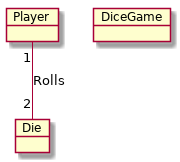
Earlier version of the PlantUML export UML/domain.png (madsstorgaardnielsen/CDIO1_20_del1).
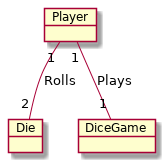
After the change.

Commit message:
README opdateret og UML lagt op

The edit, as a diff of the source:
```diff
@@ -4,4 +4,5 @@
 object DiceGame
 
 Player "1" -- "2" Die : Rolls
+Player "1" -- "1" DiceGame : Plays
 @enduml
```
